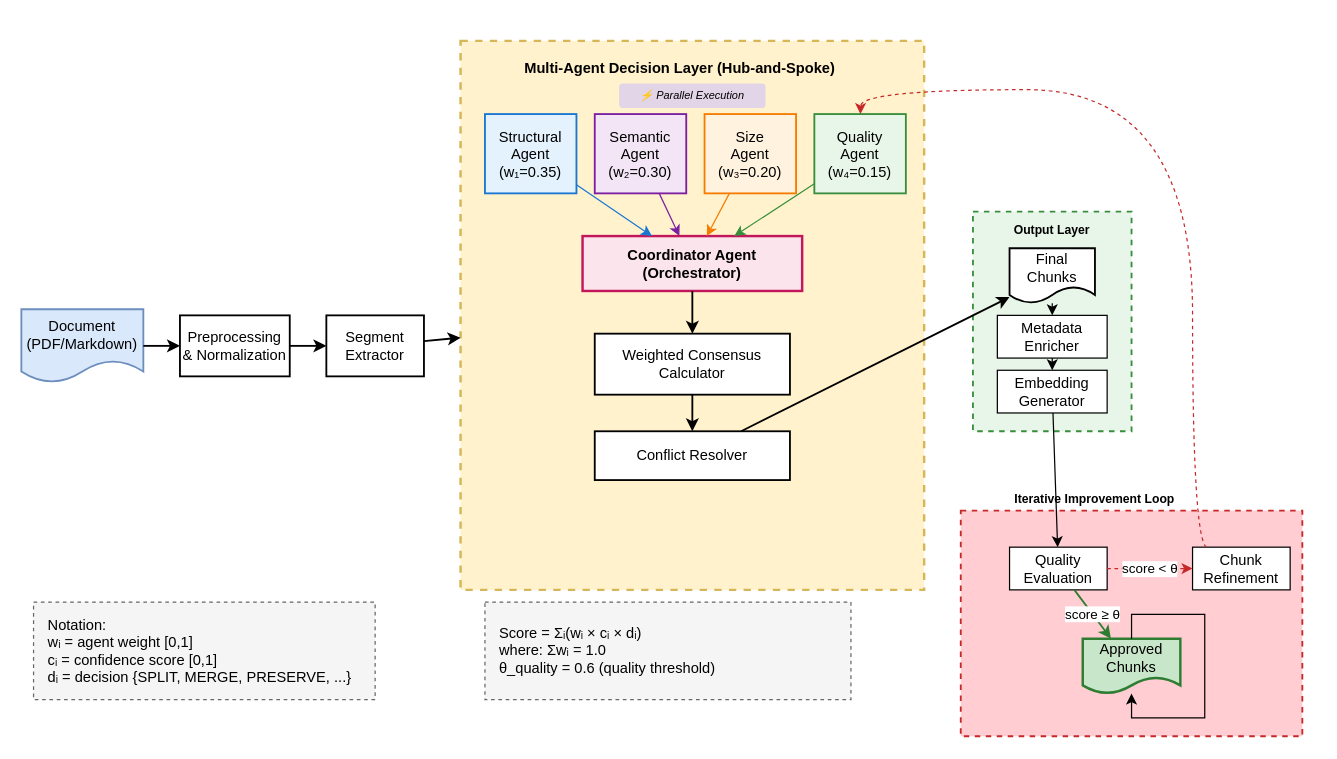
Above: diagrams/drawio/01_multi_agent_architecture.drawio in EngindalgaMaku/ebars (draw.io), before the change. Source tidied: cells renumbered, new cells numbered last; positions are measured from the earlier drawing's top-left corner, leaving out a move shared by most shapes. Both pictures are drawn from the tidied source at 122%, with x=0, y=0 at pixel (21, 40).
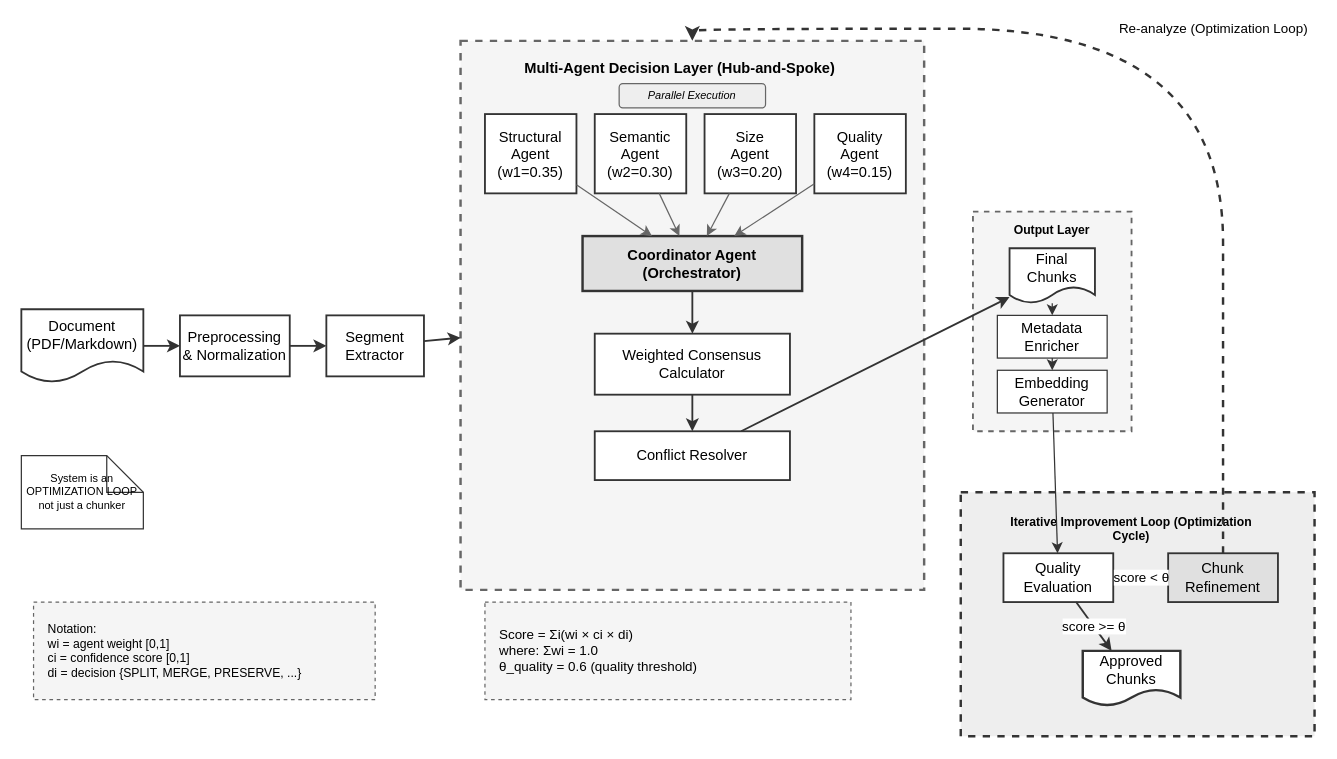
Above is the later version.

The edit, as a diff of the source:
```diff
@@
-    <mxCell id="2" value="Document&#10;(PDF/Markdown)" style="shape=document;whiteSpace=wrap;html=1;boundedLbl=1;fillColor=#dae8fc;strokeColor=#6c8ebf;strokeWidth=1.5;" parent="1" vertex="1">
+    <mxCell id="2" value="Document&#10;(PDF/Markdown)" style="shape=document;whiteSpace=wrap;html=1;boundedLbl=1;fillColor=#ffffff;strokeColor=#333333;strokeWidth=1.5;" parent="1" vertex="1">
       <mxGeometry y="220" width="100" height="60" as="geometry" />
     </mxCell>
-    <mxCell id="3" value="Preprocessing&#10;&amp; Normalization" style="rounded=0;whiteSpace=wrap;html=1;fillColor=#ffffff;strokeColor=#000000;strokeWidth=1.5;" parent="1" vertex="1">
+    <mxCell id="3" value="Preprocessing&#10;&amp; Normalization" style="rounded=0;whiteSpace=wrap;html=1;fillColor=#ffffff;strokeColor=#333333;strokeWidth=1.5;" parent="1" vertex="1">
       <mxGeometry x="130" y="225" width="90" height="50" as="geometry" />
     </mxCell>
-    <mxCell id="4" value="Segment&#10;Extractor" style="rounded=0;whiteSpace=wrap;html=1;fillColor=#ffffff;strokeColor=#000000;strokeWidth=1.5;" parent="1" vertex="1">
+    <mxCell id="4" value="Segment&#10;Extractor" style="rounded=0;whiteSpace=wrap;html=1;fillColor=#ffffff;strokeColor=#333333;strokeWidth=1.5;" parent="1" vertex="1">
       <mxGeometry x="250" y="225" width="80" height="50" as="geometry" />
     </mxCell>
-    <mxCell id="5" style="rounded=0;whiteSpace=wrap;html=1;fillColor=#fff2cc;strokeColor=#d6b656;strokeWidth=2;dashed=1;" parent="1" vertex="1">
+    <mxCell id="5" style="rounded=0;whiteSpace=wrap;html=1;fillColor=#f5f5f5;strokeColor=#666666;strokeWidth=2;dashed=1;" parent="1" vertex="1">
       <mxGeometry x="360" width="380" height="450" as="geometry" />
     </mxCell>
@@
-    <mxCell id="7" value="⚡ Parallel Execution" style="text;html=1;strokeColor=none;fillColor=#e1d5e7;align=center;verticalAlign=middle;whiteSpace=wrap;rounded=1;fontSize=9;fontStyle=2;" parent="1" vertex="1">
+    <mxCell id="7" value="Parallel Execution" style="text;html=1;strokeColor=#666666;fillColor=#eeeeee;align=center;verticalAlign=middle;whiteSpace=wrap;rounded=1;fontSize=9;fontStyle=2;" parent="1" vertex="1">
       <mxGeometry x="490" y="35" width="120" height="20" as="geometry" />
     </mxCell>
-    <mxCell id="8" value="Structural&#10;Agent&#10;(w₁=0.35)" style="rounded=0;whiteSpace=wrap;html=1;fillColor=#e3f2fd;strokeColor=#1976d2;strokeWidth=1.5;" parent="1" vertex="1">
+    <mxCell id="8" value="Structural&#10;Agent&#10;(w1=0.35)" style="rounded=0;whiteSpace=wrap;html=1;fillColor=#ffffff;strokeColor=#333333;strokeWidth=1.5;" parent="1" vertex="1">
       <mxGeometry x="380" y="60" width="75" height="65" as="geometry" />
     </mxCell>
-    <mxCell id="9" value="Semantic&#10;Agent&#10;(w₂=0.30)" style="rounded=0;whiteSpace=wrap;html=1;fillColor=#f3e5f5;strokeColor=#7b1fa2;strokeWidth=1.5;" parent="1" vertex="1">
+    <mxCell id="9" value="Semantic&#10;Agent&#10;(w2=0.30)" style="rounded=0;whiteSpace=wrap;html=1;fillColor=#ffffff;strokeColor=#333333;strokeWidth=1.5;" parent="1" vertex="1">
       <mxGeometry x="470" y="60" width="75" height="65" as="geometry" />
     </mxCell>
-    <mxCell id="10" value="Size&#10;Agent&#10;(w₃=0.20)" style="rounded=0;whiteSpace=wrap;html=1;fillColor=#fff3e0;strokeColor=#f57c00;strokeWidth=1.5;" parent="1" vertex="1">
+    <mxCell id="10" value="Size&#10;Agent&#10;(w3=0.20)" style="rounded=0;whiteSpace=wrap;html=1;fillColor=#ffffff;strokeColor=#333333;strokeWidth=1.5;" parent="1" vertex="1">
       <mxGeometry x="560" y="60" width="75" height="65" as="geometry" />
     </mxCell>
-    <mxCell id="11" value="Quality&#10;Agent&#10;(w₄=0.15)" style="rounded=0;whiteSpace=wrap;html=1;fillColor=#e8f5e9;strokeColor=#388e3c;strokeWidth=1.5;" parent="1" vertex="1">
+    <mxCell id="11" value="Quality&#10;Agent&#10;(w4=0.15)" style="rounded=0;whiteSpace=wrap;html=1;fillColor=#ffffff;strokeColor=#333333;strokeWidth=1.5;" parent="1" vertex="1">
       <mxGeometry x="650" y="60" width="75" height="65" as="geometry" />
     </mxCell>
-    <mxCell id="12" value="Coordinator Agent&#10;(Orchestrator)" style="rounded=0;whiteSpace=wrap;html=1;fillColor=#fce4ec;strokeColor=#c2185b;strokeWidth=2;fontStyle=1;" parent="1" vertex="1">
+    <mxCell id="12" value="Coordinator Agent&#10;(Orchestrator)" style="rounded=0;whiteSpace=wrap;html=1;fillColor=#e0e0e0;strokeColor=#333333;strokeWidth=2;fontStyle=1;" parent="1" vertex="1">
       <mxGeometry x="460" y="160" width="180" height="45" as="geometry" />
     </mxCell>
-    <mxCell id="13" value="Weighted Consensus&#10;Calculator" style="rounded=0;whiteSpace=wrap;html=1;fillColor=#ffffff;strokeColor=#000000;strokeWidth=1.5;" parent="1" vertex="1">
+    <mxCell id="13" value="Weighted Consensus&#10;Calculator" style="rounded=0;whiteSpace=wrap;html=1;fillColor=#ffffff;strokeColor=#333333;strokeWidth=1.5;" parent="1" vertex="1">
       <mxGeometry x="470" y="240" width="160" height="50" as="geometry" />
     </mxCell>
-    <mxCell id="14" value="Conflict Resolver" style="rounded=0;whiteSpace=wrap;html=1;fillColor=#ffffff;strokeColor=#000000;strokeWidth=1.5;" parent="1" vertex="1">
+    <mxCell id="14" value="Conflict Resolver" style="rounded=0;whiteSpace=wrap;html=1;fillColor=#ffffff;strokeColor=#333333;strokeWidth=1.5;" parent="1" vertex="1">
       <mxGeometry x="470" y="320" width="160" height="40" as="geometry" />
     </mxCell>
-    <mxCell id="15" style="rounded=0;whiteSpace=wrap;html=1;fillColor=#e8f5e9;strokeColor=#388e3c;strokeWidth=1.5;dashed=1;" parent="1" vertex="1">
+    <mxCell id="15" style="rounded=0;whiteSpace=wrap;html=1;fillColor=#f5f5f5;strokeColor=#666666;strokeWidth=1.5;dashed=1;" parent="1" vertex="1">
       <mxGeometry x="780" y="140" width="130" height="180" as="geometry" />
     </mxCell>
@@
-    <mxCell id="17" value="Final&#10;Chunks" style="shape=document;whiteSpace=wrap;html=1;boundedLbl=1;fillColor=#ffffff;strokeColor=#000000;strokeWidth=1.5;" parent="1" vertex="1">
+    <mxCell id="17" value="Final&#10;Chunks" style="shape=document;whiteSpace=wrap;html=1;boundedLbl=1;fillColor=#ffffff;strokeColor=#333333;strokeWidth=1.5;" parent="1" vertex="1">
       <mxGeometry x="810" y="170" width="70" height="45" as="geometry" />
     </mxCell>
-    <mxCell id="18" value="Metadata&#10;Enricher" style="rounded=0;whiteSpace=wrap;html=1;fillColor=#ffffff;strokeColor=#000000;strokeWidth=1;" parent="1" vertex="1">
+    <mxCell id="18" value="Metadata&#10;Enricher" style="rounded=0;whiteSpace=wrap;html=1;fillColor=#ffffff;strokeColor=#333333;strokeWidth=1;" parent="1" vertex="1">
       <mxGeometry x="800" y="225" width="90" height="35" as="geometry" />
     </mxCell>
-    <mxCell id="19" value="Embedding&#10;Generator" style="rounded=0;whiteSpace=wrap;html=1;fillColor=#ffffff;strokeColor=#000000;strokeWidth=1;" parent="1" vertex="1">
+    <mxCell id="19" value="Embedding&#10;Generator" style="rounded=0;whiteSpace=wrap;html=1;fillColor=#ffffff;strokeColor=#333333;strokeWidth=1;" parent="1" vertex="1">
       <mxGeometry x="800" y="270" width="90" height="35" as="geometry" />
     </mxCell>
-    <mxCell id="20" style="rounded=0;whiteSpace=wrap;html=1;fillColor=#ffcdd2;strokeColor=#c62828;strokeWidth=1.5;dashed=1;" parent="1" vertex="1">
-      <mxGeometry x="770" y="385" width="280" height="185" as="geometry" />
+    <mxCell id="20" style="rounded=0;whiteSpace=wrap;html=1;fillColor=#eeeeee;strokeColor=#333333;strokeWidth=2;dashed=1;" parent="1" vertex="1">
+      <mxGeometry x="770" y="370" width="290" height="200" as="geometry" />
     </mxCell>
-    <mxCell id="21" value="Iterative Improvement Loop" style="text;html=1;strokeColor=none;fillColor=none;align=center;verticalAlign=middle;whiteSpace=wrap;rounded=0;fontStyle=1;fontSize=10;" parent="1" vertex="1">
-      <mxGeometry x="800" y="365" width="160" height="20" as="geometry" />
+    <mxCell id="21" value="Iterative Improvement Loop (Optimization Cycle)" style="text;html=1;strokeColor=none;fillColor=none;align=center;verticalAlign=middle;whiteSpace=wrap;rounded=0;fontStyle=1;fontSize=10;" parent="1" vertex="1">
+      <mxGeometry x="800" y="390" width="220" height="20" as="geometry" />
     </mxCell>
-    <mxCell id="22" value="Quality&#10;Evaluation" style="rounded=0;whiteSpace=wrap;html=1;fillColor=#ffffff;strokeColor=#000000;strokeWidth=1;" parent="1" vertex="1">
-      <mxGeometry x="810" y="415" width="80" height="35" as="geometry" />
+    <mxCell id="22" value="Quality&#10;Evaluation" style="rounded=0;whiteSpace=wrap;html=1;fillColor=#ffffff;strokeColor=#333333;strokeWidth=1.5;" parent="1" vertex="1">
+      <mxGeometry x="805" y="420" width="90" height="40" as="geometry" />
     </mxCell>
-    <mxCell id="23" value="Chunk&#10;Refinement" style="rounded=0;whiteSpace=wrap;html=1;fillColor=#ffffff;strokeColor=#000000;strokeWidth=1;" parent="1" vertex="1">
-      <mxGeometry x="960" y="415" width="80" height="35" as="geometry" />
+    <mxCell id="23" value="Chunk&#10;Refinement" style="rounded=0;whiteSpace=wrap;html=1;fillColor=#e0e0e0;strokeColor=#333333;strokeWidth=1.5;" parent="1" vertex="1">
+      <mxGeometry x="940" y="420" width="90" height="40" as="geometry" />
     </mxCell>
-    <mxCell id="24" value="Approved&#10;Chunks" style="shape=document;whiteSpace=wrap;html=1;boundedLbl=1;fillColor=#c8e6c9;strokeColor=#2e7d32;strokeWidth=2;" parent="1" vertex="1">
-      <mxGeometry x="870" y="490" width="80" height="45" as="geometry" />
+    <mxCell id="24" value="Approved&#10;Chunks" style="shape=document;whiteSpace=wrap;html=1;boundedLbl=1;fillColor=#ffffff;strokeColor=#333333;strokeWidth=2;" parent="1" vertex="1">
+      <mxGeometry x="870" y="500" width="80" height="45" as="geometry" />
     </mxCell>
-    <mxCell id="25" style="endArrow=classic;html=1;strokeWidth=1.5;strokeColor=#000000;" parent="1" edge="1" source="2" target="3">
+    <mxCell id="25" style="endArrow=classic;html=1;strokeWidth=1.5;strokeColor=#333333;" parent="1" edge="1" source="2" target="3">
       <mxGeometry relative="1" as="geometry" />
     </mxCell>
-    <mxCell id="26" style="endArrow=classic;html=1;strokeWidth=1.5;strokeColor=#000000;" parent="1" edge="1" source="3" target="4">
+    <mxCell id="26" style="endArrow=classic;html=1;strokeWidth=1.5;strokeColor=#333333;" parent="1" edge="1" source="3" target="4">
       <mxGeometry relative="1" as="geometry" />
     </mxCell>
-    <mxCell id="27" style="endArrow=classic;html=1;strokeWidth=1.5;strokeColor=#000000;" parent="1" edge="1" source="4" target="5">
+    <mxCell id="27" style="endArrow=classic;html=1;strokeWidth=1.5;strokeColor=#333333;" parent="1" edge="1" source="4" target="5">
       <mxGeometry relative="1" as="geometry" />
     </mxCell>
-    <mxCell id="28" style="endArrow=classic;html=1;strokeWidth=1;strokeColor=#1976d2;" parent="1" edge="1" source="8" target="12">
+    <mxCell id="28" style="endArrow=classic;html=1;strokeWidth=1;strokeColor=#666666;" parent="1" edge="1" source="8" target="12">
       <mxGeometry relative="1" as="geometry" />
     </mxCell>
-    <mxCell id="29" style="endArrow=classic;html=1;strokeWidth=1;strokeColor=#7b1fa2;" parent="1" edge="1" source="9" target="12">
+    <mxCell id="29" style="endArrow=classic;html=1;strokeWidth=1;strokeColor=#666666;" parent="1" edge="1" source="9" target="12">
       <mxGeometry relative="1" as="geometry" />
     </mxCell>
-    <mxCell id="30" style="endArrow=classic;html=1;strokeWidth=1;strokeColor=#f57c00;" parent="1" edge="1" source="10" target="12">
+    <mxCell id="30" style="endArrow=classic;html=1;strokeWidth=1;strokeColor=#666666;" parent="1" edge="1" source="10" target="12">
       <mxGeometry relative="1" as="geometry" />
     </mxCell>
-    <mxCell id="31" style="endArrow=classic;html=1;strokeWidth=1;strokeColor=#388e3c;" parent="1" edge="1" source="11" target="12">
+    <mxCell id="31" style="endArrow=classic;html=1;strokeWidth=1;strokeColor=#666666;" parent="1" edge="1" source="11" target="12">
       <mxGeometry relative="1" as="geometry" />
     </mxCell>
-    <mxCell id="32" style="endArrow=classic;html=1;strokeWidth=1.5;strokeColor=#000000;" parent="1" edge="1" source="12" target="13">
+    <mxCell id="32" style="endArrow=classic;html=1;strokeWidth=1.5;strokeColor=#333333;" parent="1" edge="1" source="12" target="13">
       <mxGeometry relative="1" as="geometry" />
     </mxCell>
-    <mxCell id="33" style="endArrow=classic;html=1;strokeWidth=1.5;strokeColor=#000000;" parent="1" edge="1" source="13" target="14">
+    <mxCell id="33" style="endArrow=classic;html=1;strokeWidth=1.5;strokeColor=#333333;" parent="1" edge="1" source="13" target="14">
       <mxGeometry relative="1" as="geometry" />
     </mxCell>
-    <mxCell id="34" style="endArrow=classic;html=1;strokeWidth=1.5;strokeColor=#000000;" parent="1" edge="1" source="14" target="17">
+    <mxCell id="34" style="endArrow=classic;html=1;strokeWidth=1.5;strokeColor=#333333;" parent="1" edge="1" source="14" target="17">
       <mxGeometry relative="1" as="geometry" />
     </mxCell>
-    <mxCell id="35" style="endArrow=classic;html=1;strokeWidth=1;strokeColor=#000000;" parent="1" edge="1" source="17" target="18">
+    <mxCell id="35" style="endArrow=classic;html=1;strokeWidth=1;strokeColor=#333333;" parent="1" edge="1" source="17" target="18">
       <mxGeometry relative="1" as="geometry" />
     </mxCell>
-    <mxCell id="36" style="endArrow=classic;html=1;strokeWidth=1;strokeColor=#000000;" parent="1" edge="1" source="18" target="19">
+    <mxCell id="36" style="endArrow=classic;html=1;strokeWidth=1;strokeColor=#333333;" parent="1" edge="1" source="18" target="19">
       <mxGeometry relative="1" as="geometry" />
     </mxCell>
-    <mxCell id="37" style="endArrow=classic;html=1;strokeWidth=1;strokeColor=#000000;" parent="1" edge="1" source="19" target="22">
+    <mxCell id="37" style="endArrow=classic;html=1;strokeWidth=1;strokeColor=#333333;" parent="1" edge="1" source="19" target="22">
       <mxGeometry relative="1" as="geometry" />
     </mxCell>
-    <mxCell id="38" value="score &lt; θ" style="endArrow=classic;html=1;strokeWidth=1;strokeColor=#c62828;dashed=1;" parent="1" edge="1" source="22" target="23">
+    <mxCell id="38" value="score &lt; θ" style="endArrow=classic;html=1;strokeWidth=1.5;strokeColor=#333333;dashed=1;" parent="1" edge="1" source="22" target="23">
       <mxGeometry relative="1" as="geometry" />
     </mxCell>
-    <mxCell id="39" style="endArrow=classic;html=1;strokeWidth=1;strokeColor=#c62828;dashed=1;curved=1;" parent="1" edge="1" source="23" target="11">
+    <mxCell id="39" value="Re-analyze (Optimization Loop)" style="endArrow=classic;html=1;strokeWidth=2;strokeColor=#333333;dashed=1;curved=1;" parent="1" edge="1" source="23" target="5">
       <mxGeometry relative="1" as="geometry">
         <Array as="points">
-          <mxPoint x="960" y="408" />
-          <mxPoint x="960" y="40" />
-          <mxPoint x="688" y="40" />
+          <mxPoint x="985" y="340" />
+          <mxPoint x="985" y="-10" />
+          <mxPoint x="550" y="-10" />
         </Array>
       </mxGeometry>
     </mxCell>
-    <mxCell id="40" value="score ≥ θ" style="endArrow=classic;html=1;strokeWidth=1.5;strokeColor=#2e7d32;" parent="1" edge="1" source="22" target="24">
+    <mxCell id="40" value="score &gt;= θ" style="endArrow=classic;html=1;strokeWidth=1.5;strokeColor=#333333;" parent="1" edge="1" source="22" target="24">
       <mxGeometry relative="1" as="geometry" />
     </mxCell>
@@
-    <mxCell id="42" value="&lt;font style=&quot;font-size: 12px;&quot;&gt;Score = Σᵢ(wᵢ × cᵢ × dᵢ)&lt;br&gt;where: Σwᵢ = 1.0&lt;br&gt;θ_quality = 0.6 (quality threshold)&lt;/font&gt;" style="text;html=1;strokeColor=none;fillColor=none;align=left;verticalAlign=middle;whiteSpace=wrap;rounded=0;fontSize=10;fontStyle=0;" parent="1" vertex="1">
+    <mxCell id="42" value="Score = Σi(wi × ci × di)&#10;where: Σwi = 1.0&#10;θ_quality = 0.6 (quality threshold)" style="text;html=1;strokeColor=none;fillColor=none;align=left;verticalAlign=middle;whiteSpace=wrap;rounded=0;fontSize=11;" parent="1" vertex="1">
       <mxGeometry x="390" y="470" width="280" height="60" as="geometry" />
     </mxCell>
@@
-    <mxCell id="44" value="&lt;font style=&quot;font-size: 12px;&quot;&gt;Notation:&lt;br&gt;wᵢ = agent weight [0,1]&lt;br&gt;cᵢ = confidence score [0,1]&lt;br&gt;dᵢ = decision {SPLIT, MERGE, PRESERVE, ...}&lt;/font&gt;" style="text;html=1;strokeColor=none;fillColor=none;align=left;verticalAlign=middle;whiteSpace=wrap;rounded=0;fontSize=9;" parent="1" vertex="1">
+    <mxCell id="44" value="Notation:&#10;wi = agent weight [0,1]&#10;ci = confidence score [0,1]&#10;di = decision {SPLIT, MERGE, PRESERVE, ...}" style="text;html=1;strokeColor=none;fillColor=none;align=left;verticalAlign=middle;whiteSpace=wrap;rounded=0;fontSize=10;" parent="1" vertex="1">
       <mxGeometry x="20" y="465" width="260" height="70" as="geometry" />
     </mxCell>
-    <mxCell id="45" style="edgeStyle=orthogonalEdgeStyle;rounded=0;orthogonalLoop=1;jettySize=auto;html=1;exitX=0.5;exitY=0;exitDx=0;exitDy=0;" parent="1" edge="1" source="24" target="24">
-      <mxGeometry relative="1" as="geometry" />
-    </mxCell>
+    <mxCell id="46" value="System is an&#10;OPTIMIZATION LOOP&#10;not just a chunker" style="shape=note;whiteSpace=wrap;html=1;backgroundOutline=1;fillColor=#ffffff;strokeColor=#333333;strokeWidth=1;fontSize=9;" parent="1" vertex="1">
+      <mxGeometry y="340" width="100" height="60" as="geometry" />
+    </mxCell>
```
